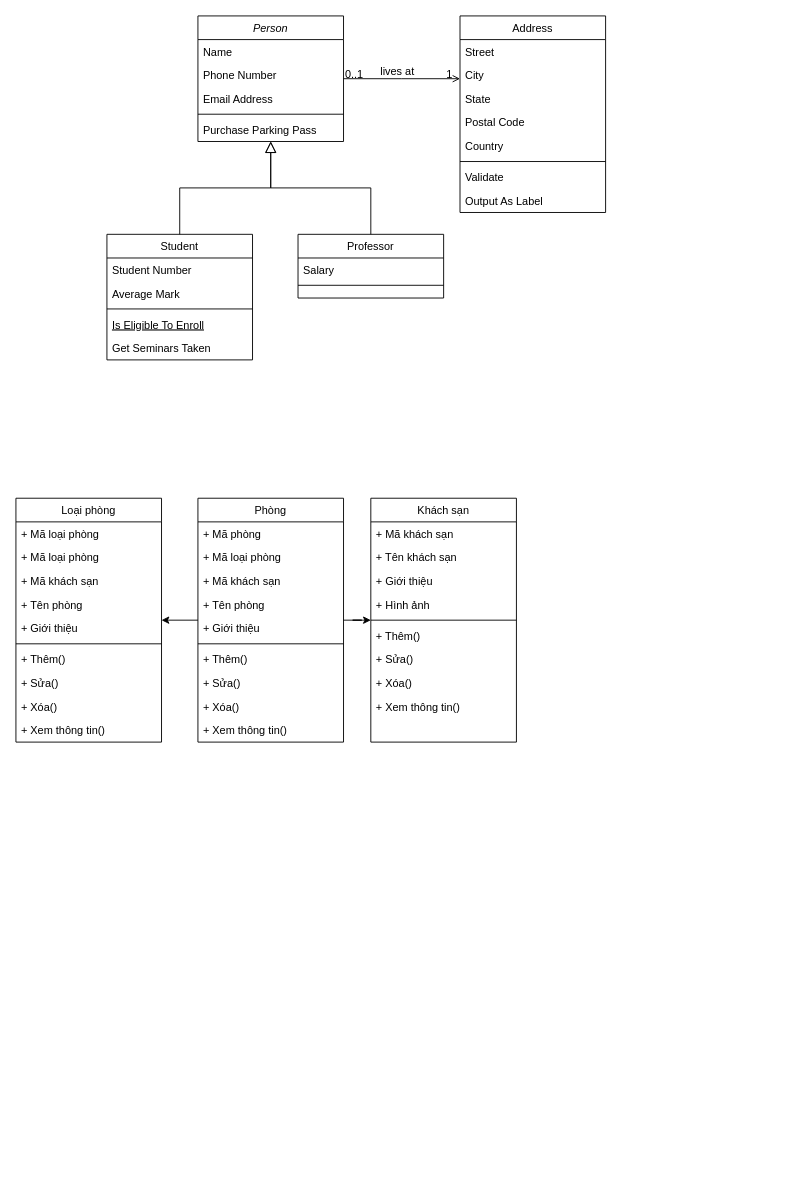
Before: QLKS.drawio in sil-main-coo/classrooms_manager, a draw.io diagram. Source tidied: cells renumbered, new cells numbered last; positions are measured from the earlier drawing's top-left corner, leaving out a move shared by most shapes. Both pictures are drawn from the tidied source at 91%, with x=0, y=0 at pixel (15, 15).
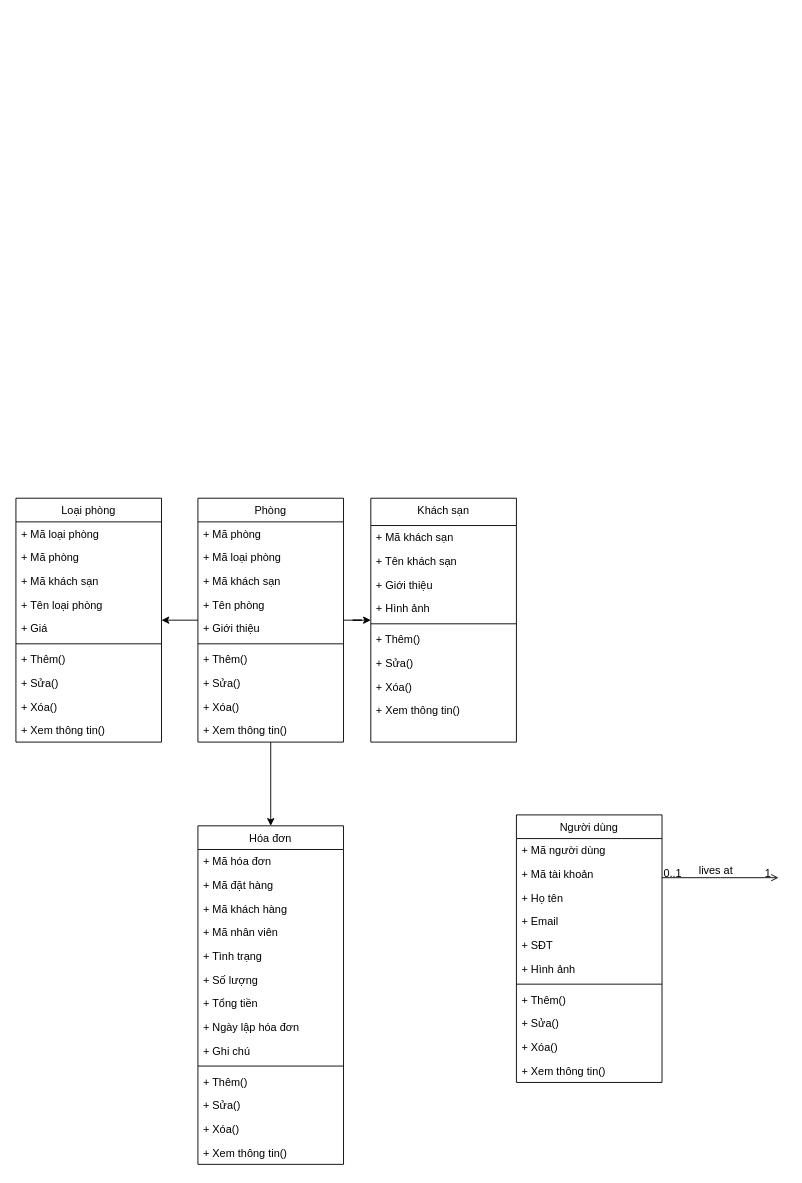
After the change.

Unchanged cells that the change refers to:
```xml
<mxCell id="34" value="Phòng" style="swimlane;fontStyle=0;align=center;verticalAlign=top;horizontal=1;startSize=26;rounded=0;shadow=0;strokeWidth=1;" parent="1" vertex="1">
  <mxGeometry x="200" y="530" width="160" height="268" as="geometry" />
</mxCell>
<mxCell id="55" value="Loại phòng" style="swimlane;fontStyle=0;align=center;verticalAlign=top;horizontal=1;startSize=26;rounded=0;shadow=0;strokeWidth=1;" parent="1" vertex="1">
  <mxGeometry y="530" width="160" height="268" as="geometry" />
</mxCell>
```

What changed in the source:
```diff
@@
-    <mxCell id="2" value="Person" style="swimlane;fontStyle=2;align=center;verticalAlign=top;horizontal=1;startSize=26;rounded=0;shadow=0;strokeWidth=1;" parent="1" vertex="1">
-      <mxGeometry x="200" width="160" height="138" as="geometry" />
-    </mxCell>
-    <mxCell id="3" value="Name" style="text;align=left;verticalAlign=top;spacingLeft=4;spacingRight=4;overflow=hidden;" parent="2" vertex="1">
-      <mxGeometry y="26" width="160" height="26" as="geometry" />
-    </mxCell>
-    <mxCell id="4" value="Phone Number" style="text;align=left;verticalAlign=top;spacingLeft=4;spacingRight=4;overflow=hidden;rounded=0;shadow=0;html=0;" parent="2" vertex="1">
-      <mxGeometry y="52" width="160" height="26" as="geometry" />
-    </mxCell>
-    <mxCell id="5" value="Email Address" style="text;align=left;verticalAlign=top;spacingLeft=4;spacingRight=4;overflow=hidden;rounded=0;shadow=0;html=0;" parent="2" vertex="1">
-      <mxGeometry y="78" width="160" height="26" as="geometry" />
-    </mxCell>
-    <mxCell id="6" style="line;html=1;strokeWidth=1;align=left;verticalAlign=middle;spacingTop=-1;spacingLeft=3;spacingRight=3;labelPosition=right;" parent="2" vertex="1">
-      <mxGeometry y="104" width="160" height="8" as="geometry" />
-    </mxCell>
-    <mxCell id="7" value="Purchase Parking Pass" style="text;align=left;verticalAlign=top;spacingLeft=4;spacingRight=4;overflow=hidden;" parent="2" vertex="1">
-      <mxGeometry y="112" width="160" height="26" as="geometry" />
-    </mxCell>
-    <mxCell id="8" value="Student" style="swimlane;fontStyle=0;align=center;verticalAlign=top;horizontal=1;startSize=26;rounded=0;shadow=0;strokeWidth=1;" parent="1" vertex="1">
-      <mxGeometry x="100" y="240" width="160" height="138" as="geometry" />
-    </mxCell>
-    <mxCell id="9" value="Student Number" style="text;align=left;verticalAlign=top;spacingLeft=4;spacingRight=4;overflow=hidden;" parent="8" vertex="1">
-      <mxGeometry y="26" width="160" height="26" as="geometry" />
-    </mxCell>
-    <mxCell id="10" value="Average Mark" style="text;align=left;verticalAlign=top;spacingLeft=4;spacingRight=4;overflow=hidden;rounded=0;shadow=0;html=0;" parent="8" vertex="1">
-      <mxGeometry y="52" width="160" height="26" as="geometry" />
-    </mxCell>
-    <mxCell id="11" style="line;html=1;strokeWidth=1;align=left;verticalAlign=middle;spacingTop=-1;spacingLeft=3;spacingRight=3;labelPosition=right;" parent="8" vertex="1">
-      <mxGeometry y="78" width="160" height="8" as="geometry" />
-    </mxCell>
-    <mxCell id="12" value="Is Eligible To Enroll" style="text;align=left;verticalAlign=top;spacingLeft=4;spacingRight=4;overflow=hidden;fontStyle=4;" parent="8" vertex="1">
-      <mxGeometry y="86" width="160" height="26" as="geometry" />
-    </mxCell>
-    <mxCell id="13" value="Get Seminars Taken" style="text;align=left;verticalAlign=top;spacingLeft=4;spacingRight=4;overflow=hidden;" parent="8" vertex="1">
-      <mxGeometry y="112" width="160" height="26" as="geometry" />
-    </mxCell>
-    <mxCell id="14" style="endArrow=block;endSize=10;endFill=0;shadow=0;strokeWidth=1;rounded=0;edgeStyle=elbowEdgeStyle;elbow=vertical;" parent="1" edge="1" source="8" target="2">
-      <mxGeometry relative="1" as="geometry" />
-    </mxCell>
-    <mxCell id="15" value="Professor" style="swimlane;fontStyle=0;align=center;verticalAlign=top;horizontal=1;startSize=26;rounded=0;shadow=0;strokeWidth=1;" parent="1" vertex="1">
-      <mxGeometry x="310" y="240" width="160" height="70" as="geometry" />
-    </mxCell>
-    <mxCell id="16" value="Salary" style="text;align=left;verticalAlign=top;spacingLeft=4;spacingRight=4;overflow=hidden;" parent="15" vertex="1">
-      <mxGeometry y="26" width="160" height="26" as="geometry" />
-    </mxCell>
-    <mxCell id="17" style="line;html=1;strokeWidth=1;align=left;verticalAlign=middle;spacingTop=-1;spacingLeft=3;spacingRight=3;labelPosition=right;" parent="15" vertex="1">
-      <mxGeometry y="52" width="160" height="8" as="geometry" />
-    </mxCell>
-    <mxCell id="18" style="endArrow=block;endSize=10;endFill=0;shadow=0;strokeWidth=1;rounded=0;edgeStyle=elbowEdgeStyle;elbow=vertical;" parent="1" edge="1" source="15" target="2">
-      <mxGeometry relative="1" as="geometry" />
-    </mxCell>
-    <mxCell id="19" value="Address" style="swimlane;fontStyle=0;align=center;verticalAlign=top;horizontal=1;startSize=26;rounded=0;shadow=0;strokeWidth=1;" parent="1" vertex="1">
-      <mxGeometry x="488" width="160" height="216" as="geometry" />
-    </mxCell>
-    <mxCell id="20" value="Street" style="text;align=left;verticalAlign=top;spacingLeft=4;spacingRight=4;overflow=hidden;" parent="19" vertex="1">
-      <mxGeometry y="26" width="160" height="26" as="geometry" />
-    </mxCell>
-    <mxCell id="21" value="City" style="text;align=left;verticalAlign=top;spacingLeft=4;spacingRight=4;overflow=hidden;rounded=0;shadow=0;html=0;" parent="19" vertex="1">
-      <mxGeometry y="52" width="160" height="26" as="geometry" />
-    </mxCell>
-    <mxCell id="22" value="State" style="text;align=left;verticalAlign=top;spacingLeft=4;spacingRight=4;overflow=hidden;rounded=0;shadow=0;html=0;" parent="19" vertex="1">
-      <mxGeometry y="78" width="160" height="26" as="geometry" />
-    </mxCell>
-    <mxCell id="23" value="Postal Code" style="text;align=left;verticalAlign=top;spacingLeft=4;spacingRight=4;overflow=hidden;rounded=0;shadow=0;html=0;" parent="19" vertex="1">
-      <mxGeometry y="104" width="160" height="26" as="geometry" />
-    </mxCell>
-    <mxCell id="24" value="Country" style="text;align=left;verticalAlign=top;spacingLeft=4;spacingRight=4;overflow=hidden;rounded=0;shadow=0;html=0;" parent="19" vertex="1">
-      <mxGeometry y="130" width="160" height="26" as="geometry" />
-    </mxCell>
-    <mxCell id="25" style="line;html=1;strokeWidth=1;align=left;verticalAlign=middle;spacingTop=-1;spacingLeft=3;spacingRight=3;labelPosition=right;" parent="19" vertex="1">
-      <mxGeometry y="156" width="160" height="8" as="geometry" />
-    </mxCell>
-    <mxCell id="26" value="Validate" style="text;align=left;verticalAlign=top;spacingLeft=4;spacingRight=4;overflow=hidden;" parent="19" vertex="1">
-      <mxGeometry y="164" width="160" height="26" as="geometry" />
-    </mxCell>
-    <mxCell id="27" value="Output As Label" style="text;align=left;verticalAlign=top;spacingLeft=4;spacingRight=4;overflow=hidden;" parent="19" vertex="1">
-      <mxGeometry y="190" width="160" height="26" as="geometry" />
-    </mxCell>
-    <mxCell id="28" style="endArrow=open;shadow=0;strokeWidth=1;rounded=0;endFill=1;edgeStyle=elbowEdgeStyle;elbow=vertical;" parent="1" edge="1" source="2" target="19">
+    <mxCell id="28" style="endArrow=open;shadow=0;strokeWidth=1;rounded=0;endFill=1;edgeStyle=elbowEdgeStyle;elbow=vertical;" parent="1" edge="1" source="2">
       <mxGeometry x="0.5" y="41" relative="1" as="geometry">
+        <mxPoint x="838" y="947" as="targetPoint" />
         <mxPoint x="-40" y="32" as="offset" />
       </mxGeometry>
     </mxCell>
@@
+    <mxCell id="66" style="edgeStyle=orthogonalEdgeStyle;rounded=0;jettySize=auto;html=1;" parent="1" edge="1" source="34" target="68">
+      <mxGeometry relative="1" as="geometry" />
+    </mxCell>
@@
-    <mxCell id="45" value="Khách sạn" style="swimlane;fontStyle=0;align=center;verticalAlign=top;horizontal=1;startSize=26;rounded=0;shadow=0;strokeWidth=1;" parent="1" vertex="1">
+    <mxCell id="45" value="Khách sạn" style="swimlane;fontStyle=0;align=center;verticalAlign=top;horizontal=1;startSize=30;rounded=0;shadow=0;strokeWidth=1;" parent="1" vertex="1">
       <mxGeometry x="390" y="530" width="160" height="268" as="geometry" />
     </mxCell>
     <mxCell id="46" value="+ Mã khách sạn" style="text;align=left;verticalAlign=top;spacingLeft=4;spacingRight=4;overflow=hidden;" parent="45" vertex="1">
-      <mxGeometry y="26" width="160" height="26" as="geometry" />
+      <mxGeometry y="30" width="160" height="26" as="geometry" />
     </mxCell>
     <mxCell id="47" value="+ Tên khách sạn" style="text;align=left;verticalAlign=top;spacingLeft=4;spacingRight=4;overflow=hidden;" parent="45" vertex="1">
-      <mxGeometry y="52" width="160" height="26" as="geometry" />
+      <mxGeometry y="56" width="160" height="26" as="geometry" />
     </mxCell>
     <mxCell id="48" value="+ Giới thiệu" style="text;align=left;verticalAlign=top;spacingLeft=4;spacingRight=4;overflow=hidden;rounded=0;shadow=0;html=0;" parent="45" vertex="1">
-      <mxGeometry y="78" width="160" height="26" as="geometry" />
+      <mxGeometry y="82" width="160" height="26" as="geometry" />
     </mxCell>
     <mxCell id="49" value="+ Hình ảnh" style="text;align=left;verticalAlign=top;spacingLeft=4;spacingRight=4;overflow=hidden;rounded=0;shadow=0;html=0;" parent="45" vertex="1">
-      <mxGeometry y="104" width="160" height="26" as="geometry" />
+      <mxGeometry y="108" width="160" height="26" as="geometry" />
     </mxCell>
     <mxCell id="50" style="line;html=1;strokeWidth=1;align=left;verticalAlign=middle;spacingTop=-1;spacingLeft=3;spacingRight=3;labelPosition=right;" parent="45" vertex="1">
-      <mxGeometry y="130" width="160" height="8" as="geometry" />
+      <mxGeometry y="134" width="160" height="8" as="geometry" />
     </mxCell>
     <mxCell id="51" value="+ Thêm()" style="text;align=left;verticalAlign=top;spacingLeft=4;spacingRight=4;overflow=hidden;" parent="45" vertex="1">
-      <mxGeometry y="138" width="160" height="26" as="geometry" />
+      <mxGeometry y="142" width="160" height="26" as="geometry" />
     </mxCell>
     <mxCell id="52" value="+ Sửa()" style="text;align=left;verticalAlign=top;spacingLeft=4;spacingRight=4;overflow=hidden;" parent="45" vertex="1">
-      <mxGeometry y="164" width="160" height="26" as="geometry" />
+      <mxGeometry y="168" width="160" height="26" as="geometry" />
     </mxCell>
     <mxCell id="53" value="+ Xóa()" style="text;align=left;verticalAlign=top;spacingLeft=4;spacingRight=4;overflow=hidden;" parent="45" vertex="1">
-      <mxGeometry y="190" width="160" height="26" as="geometry" />
+      <mxGeometry y="194" width="160" height="26" as="geometry" />
     </mxCell>
     <mxCell id="54" value="+ Xem thông tin()" style="text;align=left;verticalAlign=top;spacingLeft=4;spacingRight=4;overflow=hidden;" parent="45" vertex="1">
-      <mxGeometry y="216" width="160" height="26" as="geometry" />
+      <mxGeometry y="220" width="160" height="26" as="geometry" />
     </mxCell>
@@
+    <mxCell id="57" value="+ Mã loại phòng" style="text;align=left;verticalAlign=top;spacingLeft=4;spacingRight=4;overflow=hidden;" parent="55" vertex="1">
+      <mxGeometry y="26" width="160" height="26" as="geometry" />
+    </mxCell>
+    <mxCell id="67" value="+ Mã phòng" style="text;align=left;verticalAlign=top;spacingLeft=4;spacingRight=4;overflow=hidden;" parent="55" vertex="1">
+      <mxGeometry y="52" width="160" height="26" as="geometry" />
+    </mxCell>
-    <mxCell id="56" value="+ Mã loại phòng" style="text;align=left;verticalAlign=top;spacingLeft=4;spacingRight=4;overflow=hidden;" parent="55" vertex="1">
-      <mxGeometry y="26" width="160" height="26" as="geometry" />
+    <mxCell id="56" value="+ Mã khách sạn" style="text;align=left;verticalAlign=top;spacingLeft=4;spacingRight=4;overflow=hidden;" parent="55" vertex="1">
+      <mxGeometry y="78" width="160" height="26" as="geometry" />
     </mxCell>
-    <mxCell id="57" value="+ Mã loại phòng" style="text;align=left;verticalAlign=top;spacingLeft=4;spacingRight=4;overflow=hidden;" parent="55" vertex="1">
-      <mxGeometry y="52" width="160" height="26" as="geometry" />
-    </mxCell>
-    <mxCell id="58" value="+ Mã khách sạn" style="text;align=left;verticalAlign=top;spacingLeft=4;spacingRight=4;overflow=hidden;" parent="55" vertex="1">
-      <mxGeometry y="78" width="160" height="26" as="geometry" />
-    </mxCell>
-    <mxCell id="59" value="+ Tên phòng" style="text;align=left;verticalAlign=top;spacingLeft=4;spacingRight=4;overflow=hidden;rounded=0;shadow=0;html=0;" parent="55" vertex="1">
+    <mxCell id="59" value="+ Tên loại phòng" style="text;align=left;verticalAlign=top;spacingLeft=4;spacingRight=4;overflow=hidden;rounded=0;shadow=0;html=0;" parent="55" vertex="1">
       <mxGeometry y="104" width="160" height="26" as="geometry" />
     </mxCell>
-    <mxCell id="60" value="+ Giới thiệu" style="text;align=left;verticalAlign=top;spacingLeft=4;spacingRight=4;overflow=hidden;rounded=0;shadow=0;html=0;" parent="55" vertex="1">
+    <mxCell id="60" value="+ Giá" style="text;align=left;verticalAlign=top;spacingLeft=4;spacingRight=4;overflow=hidden;rounded=0;shadow=0;html=0;" parent="55" vertex="1">
       <mxGeometry y="130" width="160" height="26" as="geometry" />
     </mxCell>
@@
+    <mxCell id="68" value="Hóa đơn" style="swimlane;fontStyle=0;align=center;verticalAlign=top;horizontal=1;startSize=26;rounded=0;shadow=0;strokeWidth=1;" parent="1" vertex="1">
+      <mxGeometry x="200" y="890" width="160" height="372" as="geometry" />
+    </mxCell>
+    <mxCell id="69" value="+ Mã hóa đơn" style="text;align=left;verticalAlign=top;spacingLeft=4;spacingRight=4;overflow=hidden;" parent="68" vertex="1">
+      <mxGeometry y="26" width="160" height="26" as="geometry" />
+    </mxCell>
+    <mxCell id="70" value="+ Mã đặt hàng" style="text;align=left;verticalAlign=top;spacingLeft=4;spacingRight=4;overflow=hidden;" parent="68" vertex="1">
+      <mxGeometry y="52" width="160" height="26" as="geometry" />
+    </mxCell>
+    <mxCell id="71" value="+ Mã khách hàng" style="text;align=left;verticalAlign=top;spacingLeft=4;spacingRight=4;overflow=hidden;" parent="68" vertex="1">
+      <mxGeometry y="78" width="160" height="26" as="geometry" />
+    </mxCell>
+    <mxCell id="72" value="+ Mã nhân viên" style="text;align=left;verticalAlign=top;spacingLeft=4;spacingRight=4;overflow=hidden;" parent="68" vertex="1">
+      <mxGeometry y="104" width="160" height="26" as="geometry" />
+    </mxCell>
+    <mxCell id="73" value="+ Tình trạng" style="text;align=left;verticalAlign=top;spacingLeft=4;spacingRight=4;overflow=hidden;" parent="68" vertex="1">
+      <mxGeometry y="130" width="160" height="26" as="geometry" />
+    </mxCell>
+    <mxCell id="74" value="+ Số lượng" style="text;align=left;verticalAlign=top;spacingLeft=4;spacingRight=4;overflow=hidden;rounded=0;shadow=0;html=0;" parent="68" vertex="1">
+      <mxGeometry y="156" width="160" height="26" as="geometry" />
+    </mxCell>
+    <mxCell id="75" value="+ Tổng tiền" style="text;align=left;verticalAlign=top;spacingLeft=4;spacingRight=4;overflow=hidden;rounded=0;shadow=0;html=0;" parent="68" vertex="1">
+      <mxGeometry y="182" width="160" height="26" as="geometry" />
+    </mxCell>
+    <mxCell id="76" value="+ Ngày lập hóa đơn" style="text;align=left;verticalAlign=top;spacingLeft=4;spacingRight=4;overflow=hidden;rounded=0;shadow=0;html=0;" parent="68" vertex="1">
+      <mxGeometry y="208" width="160" height="26" as="geometry" />
+    </mxCell>
+    <mxCell id="77" value="+ Ghi chú" style="text;align=left;verticalAlign=top;spacingLeft=4;spacingRight=4;overflow=hidden;rounded=0;shadow=0;html=0;" parent="68" vertex="1">
+      <mxGeometry y="234" width="160" height="26" as="geometry" />
+    </mxCell>
+    <mxCell id="78" style="line;html=1;strokeWidth=1;align=left;verticalAlign=middle;spacingTop=-1;spacingLeft=3;spacingRight=3;labelPosition=right;" parent="68" vertex="1">
+      <mxGeometry y="260" width="160" height="8" as="geometry" />
+    </mxCell>
+    <mxCell id="79" value="+ Thêm()" style="text;align=left;verticalAlign=top;spacingLeft=4;spacingRight=4;overflow=hidden;" parent="68" vertex="1">
+      <mxGeometry y="268" width="160" height="26" as="geometry" />
+    </mxCell>
+    <mxCell id="80" value="+ Sửa()" style="text;align=left;verticalAlign=top;spacingLeft=4;spacingRight=4;overflow=hidden;" parent="68" vertex="1">
+      <mxGeometry y="294" width="160" height="26" as="geometry" />
+    </mxCell>
+    <mxCell id="81" value="+ Xóa()" style="text;align=left;verticalAlign=top;spacingLeft=4;spacingRight=4;overflow=hidden;" parent="68" vertex="1">
+      <mxGeometry y="320" width="160" height="26" as="geometry" />
+    </mxCell>
+    <mxCell id="82" value="+ Xem thông tin()" style="text;align=left;verticalAlign=top;spacingLeft=4;spacingRight=4;overflow=hidden;" parent="68" vertex="1">
+      <mxGeometry y="346" width="160" height="26" as="geometry" />
+    </mxCell>
+    <mxCell id="2" value="Người dùng" style="swimlane;fontStyle=0;align=center;verticalAlign=top;horizontal=1;startSize=26;rounded=0;shadow=0;strokeWidth=1;" parent="1" vertex="1">
+      <mxGeometry x="550" y="878" width="160" height="294" as="geometry" />
+    </mxCell>
+    <mxCell id="83" value="+ Mã người dùng" style="text;align=left;verticalAlign=top;spacingLeft=4;spacingRight=4;overflow=hidden;" parent="2" vertex="1">
+      <mxGeometry y="26" width="160" height="26" as="geometry" />
+    </mxCell>
+    <mxCell id="84" value="+ Mã tài khoản" style="text;align=left;verticalAlign=top;spacingLeft=4;spacingRight=4;overflow=hidden;" parent="2" vertex="1">
+      <mxGeometry y="52" width="160" height="26" as="geometry" />
+    </mxCell>
+    <mxCell id="3" value="+ Họ tên" style="text;align=left;verticalAlign=top;spacingLeft=4;spacingRight=4;overflow=hidden;" parent="2" vertex="1">
+      <mxGeometry y="78" width="160" height="26" as="geometry" />
+    </mxCell>
+    <mxCell id="85" value="+ Email" style="text;align=left;verticalAlign=top;spacingLeft=4;spacingRight=4;overflow=hidden;rounded=0;shadow=0;html=0;" parent="2" vertex="1">
+      <mxGeometry y="104" width="160" height="26" as="geometry" />
+    </mxCell>
+    <mxCell id="4" value="+ SĐT" style="text;align=left;verticalAlign=top;spacingLeft=4;spacingRight=4;overflow=hidden;rounded=0;shadow=0;html=0;" parent="2" vertex="1">
+      <mxGeometry y="130" width="160" height="26" as="geometry" />
+    </mxCell>
+    <mxCell id="5" value="+ Hình ảnh" style="text;align=left;verticalAlign=top;spacingLeft=4;spacingRight=4;overflow=hidden;rounded=0;shadow=0;html=0;" parent="2" vertex="1">
+      <mxGeometry y="156" width="160" height="26" as="geometry" />
+    </mxCell>
+    <mxCell id="6" style="line;html=1;strokeWidth=1;align=left;verticalAlign=middle;spacingTop=-1;spacingLeft=3;spacingRight=3;labelPosition=right;" parent="2" vertex="1">
+      <mxGeometry y="182" width="160" height="8" as="geometry" />
+    </mxCell>
+    <mxCell id="7" value="+ Thêm()" style="text;align=left;verticalAlign=top;spacingLeft=4;spacingRight=4;overflow=hidden;" parent="2" vertex="1">
+      <mxGeometry y="190" width="160" height="26" as="geometry" />
+    </mxCell>
+    <mxCell id="86" value="+ Sửa()" style="text;align=left;verticalAlign=top;spacingLeft=4;spacingRight=4;overflow=hidden;" parent="2" vertex="1">
+      <mxGeometry y="216" width="160" height="26" as="geometry" />
+    </mxCell>
+    <mxCell id="87" value="+ Xóa()" style="text;align=left;verticalAlign=top;spacingLeft=4;spacingRight=4;overflow=hidden;" parent="2" vertex="1">
+      <mxGeometry y="242" width="160" height="26" as="geometry" />
+    </mxCell>
+    <mxCell id="88" value="+ Xem thông tin()" style="text;align=left;verticalAlign=top;spacingLeft=4;spacingRight=4;overflow=hidden;" parent="2" vertex="1">
+      <mxGeometry y="268" width="160" height="26" as="geometry" />
+    </mxCell>
```
